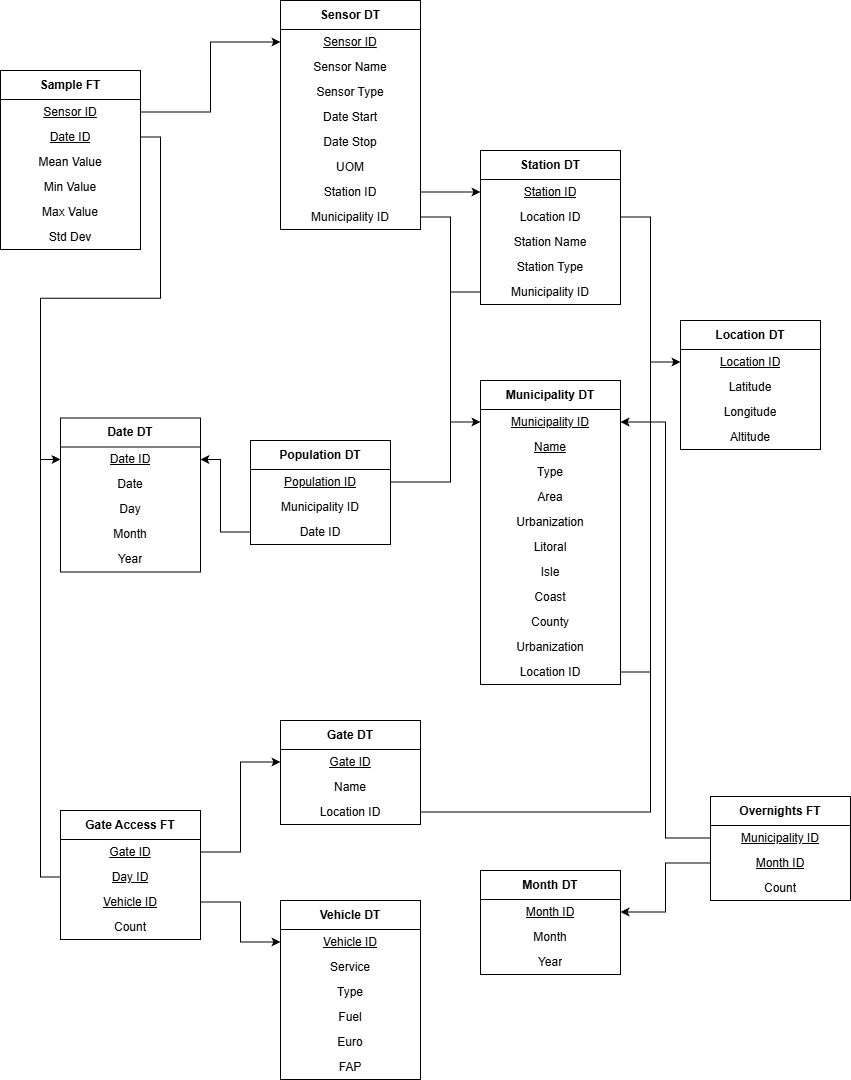
Earlier version of the draw.io export docs/images/schema.png (acossi-giorgio/exploring-lombardy-through-data). Source tidied: cells renumbered, new cells last; positions are measured from the earlier drawing's top-left corner, leaving out a move shared by most shapes.
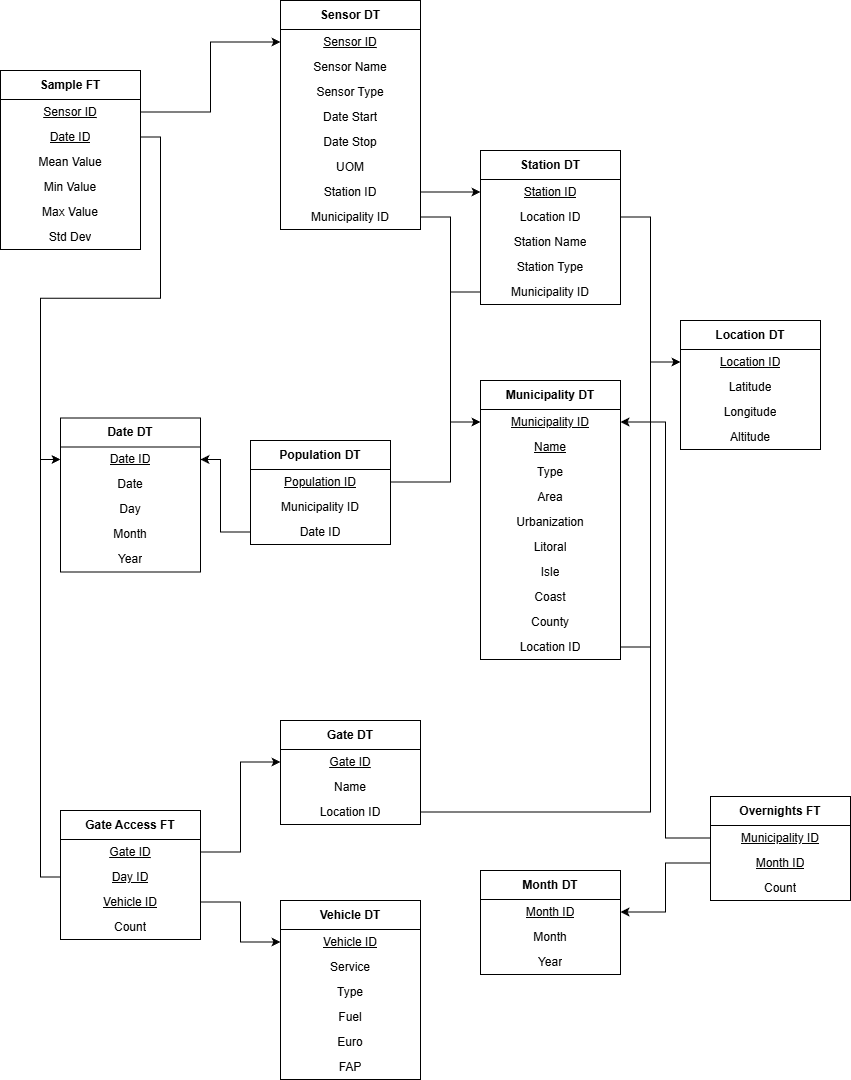
Above is the later version.

Change to the diagram source:
```diff
@@ -116,7 +116,7 @@
       <mxGeometry relative="1" as="geometry" />
     </mxCell>
     <mxCell id="38" value="Municipality&lt;span style=&quot;background-color: initial;&quot;&gt;&amp;nbsp;DT&lt;/span&gt;" style="swimlane;fontStyle=1;align=center;verticalAlign=middle;horizontal=1;startSize=29;html=1;whiteSpace=wrap;" parent="1" vertex="1">
-      <mxGeometry x="480" y="380" width="140" height="304" as="geometry" />
+      <mxGeometry x="480" y="380" width="140" height="279" as="geometry" />
     </mxCell>
     <mxCell id="39" value="&lt;u&gt;Municipality ID&lt;/u&gt;" style="text;html=1;strokeColor=none;fillColor=none;align=center;verticalAlign=middle;spacingLeft=4;spacingRight=4;overflow=hidden;points=[[0,0.5],[1,0.5]];portConstraint=eastwest;whiteSpace=wrap;" parent="38" vertex="1">
       <mxGeometry y="29" width="140" height="25" as="geometry" />
@@ -145,11 +145,8 @@
     <mxCell id="47" value="County" style="text;html=1;strokeColor=none;fillColor=none;align=center;verticalAlign=middle;spacingLeft=4;spacingRight=4;overflow=hidden;whiteSpace=wrap;" parent="38" vertex="1">
       <mxGeometry y="229" width="140" height="25" as="geometry" />
     </mxCell>
-    <mxCell id="48" value="Urbanization" style="text;html=1;strokeColor=none;fillColor=none;align=center;verticalAlign=middle;spacingLeft=4;spacingRight=4;overflow=hidden;whiteSpace=wrap;" parent="38" vertex="1">
-      <mxGeometry y="254" width="140" height="25" as="geometry" />
-    </mxCell>
     <mxCell id="49" value="Location ID" style="text;html=1;strokeColor=none;fillColor=none;align=center;verticalAlign=middle;spacingLeft=4;spacingRight=4;overflow=hidden;points=[[0,0.5],[1,0.5]];portConstraint=eastwest;whiteSpace=wrap;" parent="38" vertex="1">
-      <mxGeometry y="279" width="140" height="25" as="geometry" />
+      <mxGeometry y="254" width="140" height="25" as="geometry" />
     </mxCell>
     <mxCell id="50" style="edgeStyle=orthogonalEdgeStyle;rounded=0;jettySize=auto;html=1;" parent="1" edge="1" source="25" target="3">
       <mxGeometry relative="1" as="geometry" />
```
